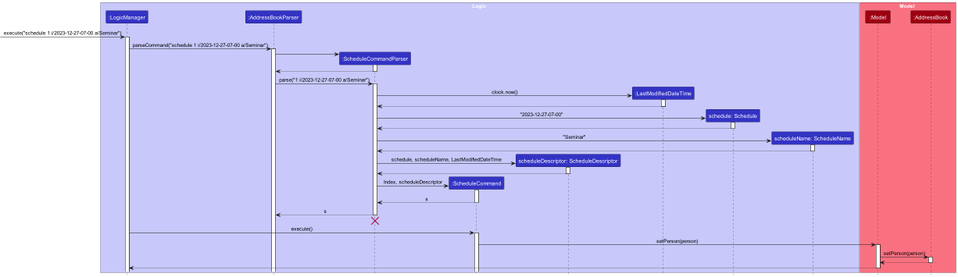
Before: docs/images/ScheduleSequenceDiagram.png, a diagram exported from PlantUML (xavierpok/tp).
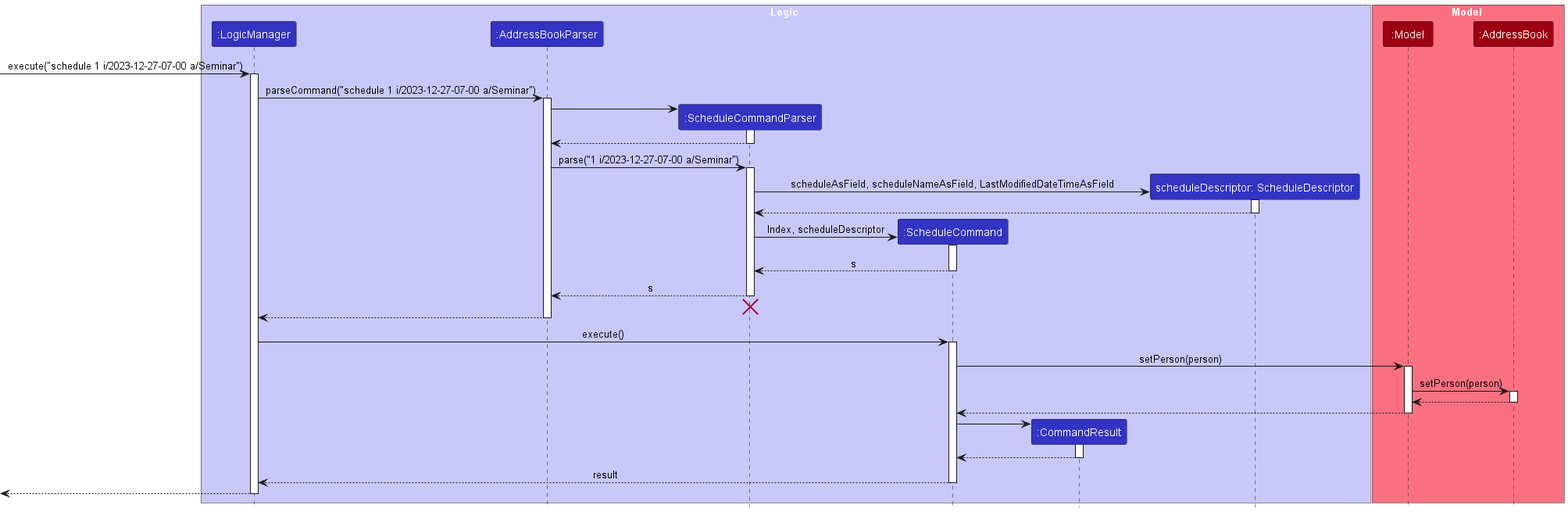
Above is the later version.

Change to the diagram source:
```diff
@@ -8,10 +8,8 @@
 participant ":ScheduleCommandParser" as ScheduleCommandParser LOGIC_COLOR
 participant ":ScheduleCommand" as ScheduleCommand LOGIC_COLOR
 
+participant ":CommandResult" as CommandResult LOGIC_COLOR
 participant "scheduleDescriptor: ScheduleDescriptor" as Person LOGIC_COLOR
-participant ":LastModifiedDateTime" as LastModifiedDateTime LOGIC_COLOR
-participant "schedule: Schedule" as Schedule LOGIC_COLOR
-participant "scheduleName: ScheduleName" as ScheduleName LOGIC_COLOR
 end box
 
 box Model MODEL_COLOR_T1
@@ -36,26 +34,10 @@
 AddressBookParser -> ScheduleCommandParser : parse("1 i/2023-12-27-07-00 a/Seminar")
 activate ScheduleCommandParser
 
-create LastModifiedDateTime
-ScheduleCommandParser -> LastModifiedDateTime : clock.now()
-activate LastModifiedDateTime
-LastModifiedDateTime --> ScheduleCommandParser
-deactivate LastModifiedDateTime
 
-create Schedule
-ScheduleCommandParser -> Schedule : "2023-12-27-07-00"
-activate Schedule
-Schedule --> ScheduleCommandParser
-deactivate Schedule
-
-create ScheduleName
-ScheduleCommandParser -> ScheduleName : "Seminar"
-activate ScheduleName
-ScheduleName --> ScheduleCommandParser
-deactivate ScheduleName
 
 create Person
-ScheduleCommandParser -> Person : schedule, scheduleName, LastModifiedDateTime
+ScheduleCommandParser -> Person : scheduleAsField, scheduleNameAsField, LastModifiedDateTimeAsField
 activate Person
 Person --> ScheduleCommandParser
 deactivate Person
@@ -72,6 +54,9 @@
 ScheduleCommandParser -[hidden]-> AddressBookParser
 destroy ScheduleCommandParser
 
+AddressBookParser --> LogicManager
+deactivate AddressBookParser
+
 LogicManager -> ScheduleCommand : execute()
 activate ScheduleCommand
 
@@ -83,7 +68,20 @@
 AddressBook --> Model
 deactivate AddressBook
 
-Model --> LogicManager
+Model --> ScheduleCommand
 deactivate Model
 
+create CommandResult
+ScheduleCommand -> CommandResult
+activate CommandResult
+
+CommandResult --> ScheduleCommand
+deactivate CommandResult
+
+ScheduleCommand --> LogicManager : result
+deactivate ScheduleCommand
+
+[<--LogicManager
+deactivate LogicManager
+
 @enduml
```
